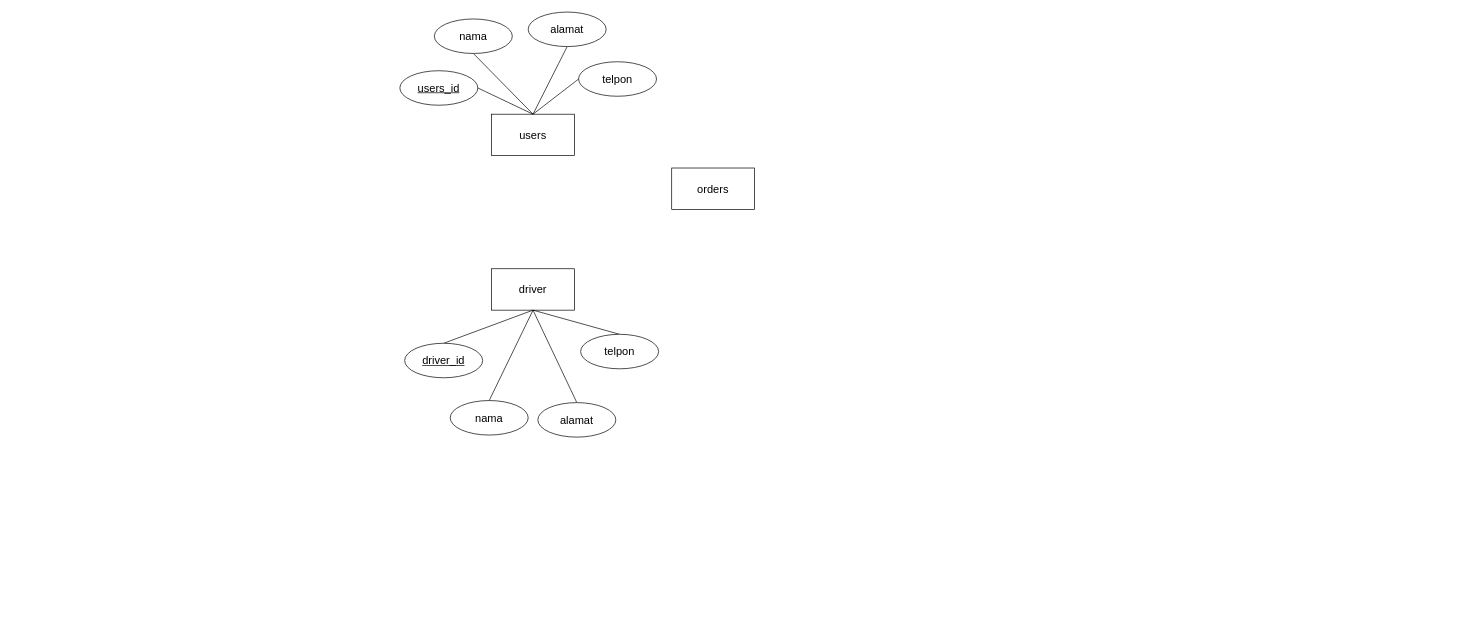
Earlier version of the draw.io diagram Grab.drawio (Kantrawibawa10/Draw-I-O). Source tidied: cells renumbered, new cells numbered last; positions are measured from the earlier drawing's top-left corner, leaving out a move shared by most shapes. Both pictures are drawn from the tidied source at 69%, with x=0, y=0 at pixel (400, 12).
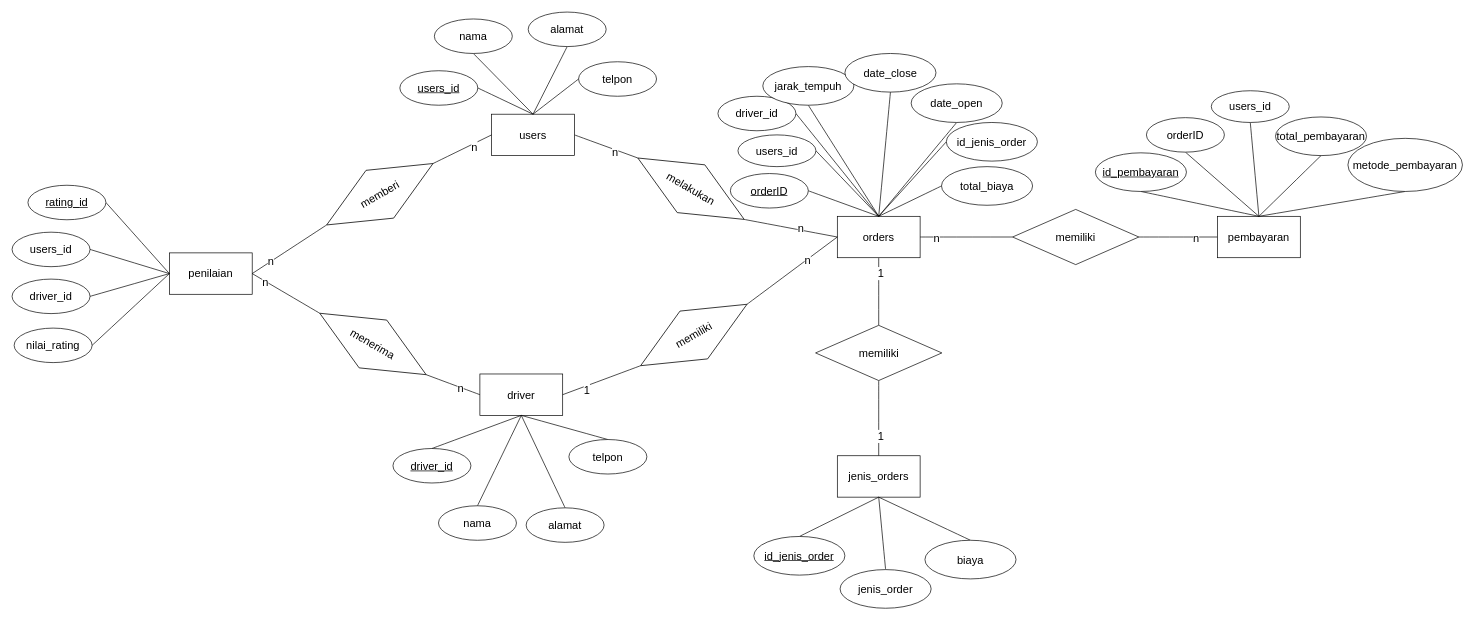
The same diagram, later.

The change refers to these unchanged cells:
```xml
<mxCell id="2" value="users" style="rounded=0;whiteSpace=wrap;html=1;fontSize=16;" parent="1" vertex="1">
  <mxGeometry x="133" y="148" width="120" height="60" as="geometry" />
</mxCell>
```

Diff of the diagram source:
```diff
@@
+    <mxCell id="21" style="edgeStyle=none;curved=1;rounded=0;jettySize=auto;html=1;exitX=1;exitY=0.5;exitDx=0;exitDy=0;entryX=0;entryY=0.5;entryDx=0;entryDy=0;fontSize=12;startSize=8;endSize=8;endArrow=none;endFill=0;" parent="1" edge="1" source="2" target="31">
+      <mxGeometry relative="1" as="geometry" />
+    </mxCell>
+    <mxCell id="22" value="n" style="edgeLabel;html=1;align=center;verticalAlign=middle;fontSize=16;" parent="21" vertex="1">
+      <mxGeometry x="0.29" y="-3" relative="1" as="geometry" />
+    </mxCell>
@@
+    <mxCell id="23" style="edgeStyle=none;curved=1;rounded=0;jettySize=auto;html=1;exitX=0;exitY=0.5;exitDx=0;exitDy=0;entryX=1;entryY=0.5;entryDx=0;entryDy=0;fontSize=12;startSize=8;endSize=8;endArrow=none;endFill=0;" parent="1" edge="1" source="3" target="85">
+      <mxGeometry relative="1" as="geometry" />
+    </mxCell>
+    <mxCell id="24" value="n" style="edgeLabel;html=1;align=center;verticalAlign=middle;fontSize=16;" parent="23" vertex="1">
+      <mxGeometry x="-0.29" y="1" relative="1" as="geometry" />
+    </mxCell>
     <mxCell id="3" value="driver" style="rounded=0;whiteSpace=wrap;html=1;fontSize=16;" parent="1" vertex="1">
-      <mxGeometry x="133" y="372" width="120" height="60" as="geometry" />
+      <mxGeometry x="116" y="524.5" width="120" height="60" as="geometry" />
     </mxCell>
+    <mxCell id="25" style="edgeStyle=none;curved=1;rounded=0;jettySize=auto;html=1;exitX=1;exitY=0.5;exitDx=0;exitDy=0;entryX=0;entryY=0.5;entryDx=0;entryDy=0;fontSize=12;startSize=8;endSize=8;endArrow=none;endFill=0;" parent="1" edge="1" source="4" target="39">
+      <mxGeometry relative="1" as="geometry" />
+    </mxCell>
+    <mxCell id="26" value="n" style="edgeLabel;html=1;align=center;verticalAlign=middle;fontSize=16;" parent="25" vertex="1">
+      <mxGeometry x="-0.67" relative="1" as="geometry">
+        <mxPoint x="1" as="offset" />
+      </mxGeometry>
+    </mxCell>
+    <mxCell id="27" style="edgeStyle=none;curved=1;rounded=0;jettySize=auto;html=1;exitX=0.5;exitY=1;exitDx=0;exitDy=0;entryX=0.5;entryY=0;entryDx=0;entryDy=0;fontSize=12;startSize=8;endSize=8;endArrow=none;endFill=0;" parent="1" edge="1" source="4" target="59">
+      <mxGeometry relative="1" as="geometry" />
+    </mxCell>
+    <mxCell id="28" value="1" style="edgeLabel;html=1;align=center;verticalAlign=middle;fontSize=16;" parent="27" vertex="1">
+      <mxGeometry x="-0.56" y="2" relative="1" as="geometry" />
+    </mxCell>
     <mxCell id="4" value="orders" style="rounded=0;whiteSpace=wrap;html=1;fontSize=16;" parent="1" vertex="1">
-      <mxGeometry x="394" y="226" width="120" height="60" as="geometry" />
+      <mxGeometry x="634" y="296" width="120" height="60" as="geometry" />
     </mxCell>
@@
     <mxCell id="14" value="&lt;u&gt;driver_id&lt;/u&gt;" style="ellipse;whiteSpace=wrap;html=1;fontSize=16;" parent="1" vertex="1">
-      <mxGeometry x="7" y="480" width="113" height="50" as="geometry" />
+      <mxGeometry x="-10" y="632.5" width="113" height="50" as="geometry" />
     </mxCell>
@@
     <mxCell id="16" value="nama" style="ellipse;whiteSpace=wrap;html=1;fontSize=16;" parent="1" vertex="1">
-      <mxGeometry x="73" y="563" width="113" height="50" as="geometry" />
+      <mxGeometry x="56" y="715.5" width="113" height="50" as="geometry" />
     </mxCell>
@@
     <mxCell id="18" value="alamat" style="ellipse;whiteSpace=wrap;html=1;fontSize=16;" parent="1" vertex="1">
-      <mxGeometry x="200" y="566" width="113" height="50" as="geometry" />
+      <mxGeometry x="183" y="718.5" width="113" height="50" as="geometry" />
     </mxCell>
@@
     <mxCell id="20" value="telpon" style="ellipse;whiteSpace=wrap;html=1;fontSize=16;" parent="1" vertex="1">
-      <mxGeometry x="262" y="467" width="113" height="50" as="geometry" />
+      <mxGeometry x="245" y="619.5" width="113" height="50" as="geometry" />
     </mxCell>
+    <mxCell id="29" style="edgeStyle=none;curved=1;rounded=0;jettySize=auto;html=1;exitX=1;exitY=0.5;exitDx=0;exitDy=0;entryX=0;entryY=0.5;entryDx=0;entryDy=0;fontSize=12;startSize=8;endSize=8;endArrow=none;endFill=0;" parent="1" edge="1" source="31" target="4">
+      <mxGeometry relative="1" as="geometry" />
+    </mxCell>
+    <mxCell id="30" value="n" style="edgeLabel;html=1;align=center;verticalAlign=middle;fontSize=16;" parent="29" vertex="1">
+      <mxGeometry x="0.19" y="3" relative="1" as="geometry" />
+    </mxCell>
+    <mxCell id="31" value="melakukan" style="rhombus;whiteSpace=wrap;html=1;fontSize=16;rotation=30;" parent="1" vertex="1">
+      <mxGeometry x="333" y="216" width="178" height="80" as="geometry" />
+    </mxCell>
+    <mxCell id="32" style="edgeStyle=none;curved=1;rounded=0;jettySize=auto;html=1;exitX=1;exitY=0.5;exitDx=0;exitDy=0;entryX=0;entryY=0.5;entryDx=0;entryDy=0;fontSize=12;startSize=8;endSize=8;endArrow=none;endFill=0;" parent="1" edge="1" source="36" target="4">
+      <mxGeometry relative="1" as="geometry" />
+    </mxCell>
+    <mxCell id="33" value="n" style="edgeLabel;html=1;align=center;verticalAlign=middle;fontSize=16;" parent="32" vertex="1">
+      <mxGeometry x="0.34" y="-1" relative="1" as="geometry">
+        <mxPoint x="-1" as="offset" />
+      </mxGeometry>
+    </mxCell>
+    <mxCell id="34" style="edgeStyle=none;curved=1;rounded=0;jettySize=auto;html=1;exitX=0;exitY=0.5;exitDx=0;exitDy=0;entryX=1;entryY=0.5;entryDx=0;entryDy=0;fontSize=12;startSize=8;endSize=8;endArrow=none;endFill=0;" parent="1" edge="1" source="36" target="3">
+      <mxGeometry relative="1" as="geometry" />
+    </mxCell>
+    <mxCell id="35" value="1" style="edgeLabel;html=1;align=center;verticalAlign=middle;fontSize=16;" parent="34" vertex="1">
+      <mxGeometry x="0.43" y="5" relative="1" as="geometry" />
+    </mxCell>
+    <mxCell id="36" value="memiliki" style="rhombus;whiteSpace=wrap;html=1;fontSize=16;rotation=-30;" parent="1" vertex="1">
+      <mxGeometry x="337" y="428" width="178" height="80" as="geometry" />
+    </mxCell>
+    <mxCell id="37" style="edgeStyle=none;curved=1;rounded=0;jettySize=auto;html=1;exitX=1;exitY=0.5;exitDx=0;exitDy=0;entryX=0;entryY=0.5;entryDx=0;entryDy=0;fontSize=12;startSize=8;endSize=8;endArrow=none;endFill=0;" parent="1" edge="1" source="39" target="40">
+      <mxGeometry relative="1" as="geometry" />
+    </mxCell>
+    <mxCell id="38" value="n" style="edgeLabel;html=1;align=center;verticalAlign=middle;fontSize=16;" parent="37" vertex="1">
+      <mxGeometry x="0.44" y="-1" relative="1" as="geometry" />
+    </mxCell>
+    <mxCell id="39" value="memiliki" style="rhombus;whiteSpace=wrap;html=1;fontSize=16;" parent="1" vertex="1">
+      <mxGeometry x="888" y="286" width="183" height="80" as="geometry" />
+    </mxCell>
+    <mxCell id="40" value="pembayaran" style="rounded=0;whiteSpace=wrap;html=1;fontSize=16;" parent="1" vertex="1">
+      <mxGeometry x="1185" y="296" width="120" height="60" as="geometry" />
+    </mxCell>
+    <mxCell id="41" style="edgeStyle=none;curved=1;rounded=0;jettySize=auto;html=1;exitX=1;exitY=0.5;exitDx=0;exitDy=0;entryX=0.5;entryY=0;entryDx=0;entryDy=0;fontSize=12;startSize=8;endSize=8;endArrow=none;endFill=0;" parent="1" edge="1" source="42" target="4">
+      <mxGeometry relative="1" as="geometry" />
+    </mxCell>
+    <mxCell id="42" value="&lt;u&gt;orderID&lt;/u&gt;" style="ellipse;whiteSpace=wrap;html=1;fontSize=16;" parent="1" vertex="1">
+      <mxGeometry x="479" y="234" width="113" height="50" as="geometry" />
+    </mxCell>
+    <mxCell id="43" style="edgeStyle=none;curved=1;rounded=0;jettySize=auto;html=1;exitX=1;exitY=0.5;exitDx=0;exitDy=0;entryX=0.5;entryY=0;entryDx=0;entryDy=0;fontSize=12;startSize=8;endSize=8;endArrow=none;endFill=0;" parent="1" edge="1" source="44" target="4">
+      <mxGeometry relative="1" as="geometry" />
+    </mxCell>
+    <mxCell id="44" value="users_id" style="ellipse;whiteSpace=wrap;html=1;fontSize=16;" parent="1" vertex="1">
+      <mxGeometry x="490" y="178" width="113" height="46" as="geometry" />
+    </mxCell>
+    <mxCell id="45" style="edgeStyle=none;curved=1;rounded=0;jettySize=auto;html=1;exitX=1;exitY=0.5;exitDx=0;exitDy=0;entryX=0.5;entryY=0;entryDx=0;entryDy=0;fontSize=12;startSize=8;endSize=8;endArrow=none;endFill=0;" parent="1" edge="1" source="46" target="4">
+      <mxGeometry relative="1" as="geometry" />
+    </mxCell>
+    <mxCell id="46" value="driver_id" style="ellipse;whiteSpace=wrap;html=1;fontSize=16;" parent="1" vertex="1">
+      <mxGeometry x="461" y="122" width="113" height="50" as="geometry" />
+    </mxCell>
+    <mxCell id="47" style="edgeStyle=none;curved=1;rounded=0;jettySize=auto;html=1;exitX=0.5;exitY=1;exitDx=0;exitDy=0;fontSize=12;startSize=8;endSize=8;endArrow=none;endFill=0;entryX=0.5;entryY=0;entryDx=0;entryDy=0;" parent="1" edge="1" source="48" target="4">
+      <mxGeometry relative="1" as="geometry" />
+    </mxCell>
+    <mxCell id="48" value="jarak_tempuh" style="ellipse;whiteSpace=wrap;html=1;fontSize=16;" parent="1" vertex="1">
+      <mxGeometry x="526" y="79" width="132" height="56" as="geometry" />
+    </mxCell>
+    <mxCell id="49" style="edgeStyle=none;curved=1;rounded=0;jettySize=auto;html=1;exitX=0;exitY=0.5;exitDx=0;exitDy=0;entryX=0.5;entryY=0;entryDx=0;entryDy=0;fontSize=12;startSize=8;endSize=8;endArrow=none;endFill=0;" parent="1" edge="1" source="50" target="4">
+      <mxGeometry relative="1" as="geometry" />
+    </mxCell>
+    <mxCell id="50" value="id_jenis_order" style="ellipse;whiteSpace=wrap;html=1;fontSize=16;" parent="1" vertex="1">
+      <mxGeometry x="792" y="160" width="132" height="56" as="geometry" />
+    </mxCell>
+    <mxCell id="51" style="edgeStyle=none;curved=1;rounded=0;jettySize=auto;html=1;exitX=0;exitY=0.5;exitDx=0;exitDy=0;entryX=0.5;entryY=0;entryDx=0;entryDy=0;fontSize=12;startSize=8;endSize=8;endArrow=none;endFill=0;" parent="1" edge="1" source="52" target="4">
+      <mxGeometry relative="1" as="geometry" />
+    </mxCell>
+    <mxCell id="52" value="total_biaya" style="ellipse;whiteSpace=wrap;html=1;fontSize=16;" parent="1" vertex="1">
+      <mxGeometry x="785" y="224" width="132" height="56" as="geometry" />
+    </mxCell>
+    <mxCell id="53" style="edgeStyle=none;curved=1;rounded=0;jettySize=auto;html=1;exitX=0.5;exitY=1;exitDx=0;exitDy=0;entryX=0.5;entryY=0;entryDx=0;entryDy=0;fontSize=12;startSize=8;endSize=8;endArrow=none;endFill=0;" parent="1" edge="1" source="54" target="4">
+      <mxGeometry relative="1" as="geometry" />
+    </mxCell>
+    <mxCell id="54" value="date_open" style="ellipse;whiteSpace=wrap;html=1;fontSize=16;" parent="1" vertex="1">
+      <mxGeometry x="741" y="104" width="132" height="56" as="geometry" />
+    </mxCell>
+    <mxCell id="55" style="edgeStyle=none;curved=1;rounded=0;jettySize=auto;html=1;exitX=0.5;exitY=1;exitDx=0;exitDy=0;entryX=0.5;entryY=0;entryDx=0;entryDy=0;fontSize=12;startSize=8;endSize=8;endArrow=none;endFill=0;" parent="1" edge="1" source="56" target="4">
+      <mxGeometry relative="1" as="geometry" />
+    </mxCell>
+    <mxCell id="56" value="date_close" style="ellipse;whiteSpace=wrap;html=1;fontSize=16;" parent="1" vertex="1">
+      <mxGeometry x="645" y="60" width="132" height="56" as="geometry" />
+    </mxCell>
+    <mxCell id="57" style="edgeStyle=none;curved=1;rounded=0;jettySize=auto;html=1;exitX=0.5;exitY=1;exitDx=0;exitDy=0;entryX=0.5;entryY=0;entryDx=0;entryDy=0;fontSize=12;startSize=8;endSize=8;endArrow=none;endFill=0;" parent="1" edge="1" source="59" target="60">
+      <mxGeometry relative="1" as="geometry" />
+    </mxCell>
+    <mxCell id="58" value="1" style="edgeLabel;html=1;align=center;verticalAlign=middle;fontSize=16;" parent="57" vertex="1">
+      <mxGeometry x="0.46" y="2" relative="1" as="geometry" />
+    </mxCell>
+    <mxCell id="59" value="memiliki" style="rhombus;whiteSpace=wrap;html=1;fontSize=16;" parent="1" vertex="1">
+      <mxGeometry x="602.5" y="454" width="183" height="80" as="geometry" />
+    </mxCell>
+    <mxCell id="60" value="jenis_orders" style="rounded=0;whiteSpace=wrap;html=1;fontSize=16;" parent="1" vertex="1">
+      <mxGeometry x="634" y="643" width="120" height="60" as="geometry" />
+    </mxCell>
+    <mxCell id="61" style="edgeStyle=none;curved=1;rounded=0;jettySize=auto;html=1;exitX=0.5;exitY=0;exitDx=0;exitDy=0;entryX=0.5;entryY=1;entryDx=0;entryDy=0;fontSize=12;startSize=8;endSize=8;endArrow=none;endFill=0;" parent="1" edge="1" source="62" target="60">
+      <mxGeometry relative="1" as="geometry" />
+    </mxCell>
+    <mxCell id="62" value="&lt;u&gt;id_jenis_order&lt;/u&gt;" style="ellipse;whiteSpace=wrap;html=1;fontSize=16;" parent="1" vertex="1">
+      <mxGeometry x="513" y="760" width="132" height="56" as="geometry" />
+    </mxCell>
+    <mxCell id="63" style="edgeStyle=none;curved=1;rounded=0;jettySize=auto;html=1;exitX=0.5;exitY=0;exitDx=0;exitDy=0;entryX=0.5;entryY=1;entryDx=0;entryDy=0;fontSize=12;startSize=8;endSize=8;endArrow=none;endFill=0;" parent="1" edge="1" source="64" target="60">
+      <mxGeometry relative="1" as="geometry" />
+    </mxCell>
+    <mxCell id="64" value="jenis_order" style="ellipse;whiteSpace=wrap;html=1;fontSize=16;" parent="1" vertex="1">
+      <mxGeometry x="638" y="808" width="132" height="56" as="geometry" />
+    </mxCell>
+    <mxCell id="65" style="edgeStyle=none;curved=1;rounded=0;jettySize=auto;html=1;exitX=0.5;exitY=0;exitDx=0;exitDy=0;entryX=0.5;entryY=1;entryDx=0;entryDy=0;fontSize=12;startSize=8;endSize=8;endArrow=none;endFill=0;" parent="1" edge="1" source="66" target="60">
+      <mxGeometry relative="1" as="geometry" />
+    </mxCell>
+    <mxCell id="66" value="biaya" style="ellipse;whiteSpace=wrap;html=1;fontSize=16;" parent="1" vertex="1">
+      <mxGeometry x="761" y="765.5" width="132" height="56" as="geometry" />
+    </mxCell>
+    <mxCell id="67" style="edgeStyle=none;curved=1;rounded=0;jettySize=auto;html=1;exitX=0.5;exitY=1;exitDx=0;exitDy=0;entryX=0.5;entryY=0;entryDx=0;entryDy=0;fontSize=12;startSize=8;endSize=8;endArrow=none;endFill=0;" parent="1" edge="1" source="68" target="40">
+      <mxGeometry relative="1" as="geometry" />
+    </mxCell>
+    <mxCell id="68" value="&lt;u&gt;id_pembayaran&lt;/u&gt;" style="ellipse;whiteSpace=wrap;html=1;fontSize=16;" parent="1" vertex="1">
+      <mxGeometry x="1008" y="204" width="132" height="56" as="geometry" />
+    </mxCell>
+    <mxCell id="69" style="edgeStyle=none;curved=1;rounded=0;jettySize=auto;html=1;exitX=0.5;exitY=1;exitDx=0;exitDy=0;entryX=0.5;entryY=0;entryDx=0;entryDy=0;fontSize=12;startSize=8;endSize=8;endArrow=none;endFill=0;" parent="1" edge="1" source="70" target="40">
+      <mxGeometry relative="1" as="geometry" />
+    </mxCell>
+    <mxCell id="70" value="orderID" style="ellipse;whiteSpace=wrap;html=1;fontSize=16;" parent="1" vertex="1">
+      <mxGeometry x="1082" y="153" width="113" height="50" as="geometry" />
+    </mxCell>
+    <mxCell id="71" style="edgeStyle=none;curved=1;rounded=0;jettySize=auto;html=1;exitX=0.5;exitY=1;exitDx=0;exitDy=0;entryX=0.5;entryY=0;entryDx=0;entryDy=0;fontSize=12;startSize=8;endSize=8;endArrow=none;endFill=0;" parent="1" edge="1" source="72" target="40">
+      <mxGeometry relative="1" as="geometry" />
+    </mxCell>
+    <mxCell id="72" value="users_id" style="ellipse;whiteSpace=wrap;html=1;fontSize=16;" parent="1" vertex="1">
+      <mxGeometry x="1176" y="114" width="113" height="46" as="geometry" />
+    </mxCell>
+    <mxCell id="73" style="edgeStyle=none;curved=1;rounded=0;jettySize=auto;html=1;exitX=0.5;exitY=1;exitDx=0;exitDy=0;entryX=0.5;entryY=0;entryDx=0;entryDy=0;fontSize=12;startSize=8;endSize=8;endArrow=none;endFill=0;" parent="1" edge="1" source="74" target="40">
+      <mxGeometry relative="1" as="geometry" />
+    </mxCell>
+    <mxCell id="74" value="total_pembayaran" style="ellipse;whiteSpace=wrap;html=1;fontSize=16;" parent="1" vertex="1">
+      <mxGeometry x="1269" y="152" width="132" height="56" as="geometry" />
+    </mxCell>
+    <mxCell id="75" style="edgeStyle=none;curved=1;rounded=0;jettySize=auto;html=1;exitX=0.5;exitY=1;exitDx=0;exitDy=0;entryX=0.5;entryY=0;entryDx=0;entryDy=0;fontSize=12;startSize=8;endSize=8;endArrow=none;endFill=0;" parent="1" edge="1" source="76" target="40">
+      <mxGeometry relative="1" as="geometry" />
+    </mxCell>
+    <mxCell id="76" value="metode_pembayaran" style="ellipse;whiteSpace=wrap;html=1;fontSize=16;" parent="1" vertex="1">
+      <mxGeometry x="1374" y="183" width="166" height="77" as="geometry" />
+    </mxCell>
+    <mxCell id="77" value="penilaian" style="rounded=0;whiteSpace=wrap;html=1;fontSize=16;" parent="1" vertex="1">
+      <mxGeometry x="-334" y="349" width="120" height="60" as="geometry" />
+    </mxCell>
+    <mxCell id="78" style="edgeStyle=none;curved=1;rounded=0;jettySize=auto;html=1;exitX=1;exitY=0.5;exitDx=0;exitDy=0;entryX=0;entryY=0.5;entryDx=0;entryDy=0;fontSize=12;startSize=8;endSize=8;endArrow=none;endFill=0;" parent="1" edge="1" source="82" target="2">
+      <mxGeometry relative="1" as="geometry" />
+    </mxCell>
+    <mxCell id="79" value="n" style="edgeLabel;html=1;align=center;verticalAlign=middle;fontSize=16;" parent="78" vertex="1">
+      <mxGeometry x="0.35" y="-5" relative="1" as="geometry" />
+    </mxCell>
+    <mxCell id="80" style="edgeStyle=none;curved=1;rounded=0;jettySize=auto;html=1;exitX=0;exitY=0.5;exitDx=0;exitDy=0;entryX=1;entryY=0.5;entryDx=0;entryDy=0;fontSize=12;startSize=8;endSize=8;endArrow=none;endFill=0;" parent="1" edge="1" source="82" target="77">
+      <mxGeometry relative="1" as="geometry" />
+    </mxCell>
+    <mxCell id="81" value="n" style="edgeLabel;html=1;align=center;verticalAlign=middle;fontSize=16;" parent="80" vertex="1">
+      <mxGeometry x="0.5" y="-1" relative="1" as="geometry" />
+    </mxCell>
+    <mxCell id="82" value="memberi" style="rhombus;whiteSpace=wrap;html=1;fontSize=16;rotation=-30;" parent="1" vertex="1">
+      <mxGeometry x="-118" y="224" width="178" height="80" as="geometry" />
+    </mxCell>
+    <mxCell id="83" style="edgeStyle=none;curved=1;rounded=0;jettySize=auto;html=1;exitX=0;exitY=0.5;exitDx=0;exitDy=0;entryX=1;entryY=0.5;entryDx=0;entryDy=0;fontSize=12;startSize=8;endSize=8;endArrow=none;endFill=0;" parent="1" edge="1" source="85" target="77">
+      <mxGeometry relative="1" as="geometry" />
+    </mxCell>
+    <mxCell id="84" value="n" style="edgeLabel;html=1;align=center;verticalAlign=middle;fontSize=16;" parent="83" vertex="1">
+      <mxGeometry x="0.62" y="1" relative="1" as="geometry" />
+    </mxCell>
+    <mxCell id="85" value="menerima" style="rhombus;whiteSpace=wrap;html=1;fontSize=16;rotation=30;" parent="1" vertex="1">
+      <mxGeometry x="-128" y="441" width="178" height="80" as="geometry" />
+    </mxCell>
+    <mxCell id="86" style="edgeStyle=none;curved=1;rounded=0;jettySize=auto;html=1;exitX=1;exitY=0.5;exitDx=0;exitDy=0;entryX=0;entryY=0.5;entryDx=0;entryDy=0;fontSize=12;startSize=8;endSize=8;endArrow=none;endFill=0;" parent="1" edge="1" source="87" target="77">
+      <mxGeometry relative="1" as="geometry" />
+    </mxCell>
+    <mxCell id="87" value="&lt;u&gt;rating_id&lt;/u&gt;" style="ellipse;whiteSpace=wrap;html=1;fontSize=16;" parent="1" vertex="1">
+      <mxGeometry x="-539" y="251" width="113" height="50" as="geometry" />
+    </mxCell>
+    <mxCell id="88" style="edgeStyle=none;curved=1;rounded=0;jettySize=auto;html=1;exitX=1;exitY=0.5;exitDx=0;exitDy=0;entryX=0;entryY=0.5;entryDx=0;entryDy=0;fontSize=12;startSize=8;endSize=8;endArrow=none;endFill=0;" parent="1" edge="1" source="89" target="77">
+      <mxGeometry relative="1" as="geometry" />
+    </mxCell>
+    <mxCell id="89" value="users_id" style="ellipse;whiteSpace=wrap;html=1;fontSize=16;" parent="1" vertex="1">
+      <mxGeometry x="-562" y="319" width="113" height="50" as="geometry" />
+    </mxCell>
+    <mxCell id="90" style="edgeStyle=none;curved=1;rounded=0;jettySize=auto;html=1;exitX=1;exitY=0.5;exitDx=0;exitDy=0;entryX=0;entryY=0.5;entryDx=0;entryDy=0;fontSize=12;startSize=8;endSize=8;endArrow=none;endFill=0;" parent="1" edge="1" source="91" target="77">
+      <mxGeometry relative="1" as="geometry" />
+    </mxCell>
+    <mxCell id="91" value="driver_id" style="ellipse;whiteSpace=wrap;html=1;fontSize=16;" parent="1" vertex="1">
+      <mxGeometry x="-562" y="387" width="113" height="50" as="geometry" />
+    </mxCell>
+    <mxCell id="92" style="edgeStyle=none;curved=1;rounded=0;jettySize=auto;html=1;exitX=1;exitY=0.5;exitDx=0;exitDy=0;entryX=0;entryY=0.5;entryDx=0;entryDy=0;fontSize=12;startSize=8;endSize=8;endArrow=none;endFill=0;" parent="1" edge="1" source="93" target="77">
+      <mxGeometry relative="1" as="geometry" />
+    </mxCell>
+    <mxCell id="93" value="nilai_rating" style="ellipse;whiteSpace=wrap;html=1;fontSize=16;" parent="1" vertex="1">
+      <mxGeometry x="-559" y="458" width="113" height="50" as="geometry" />
+    </mxCell>
```
